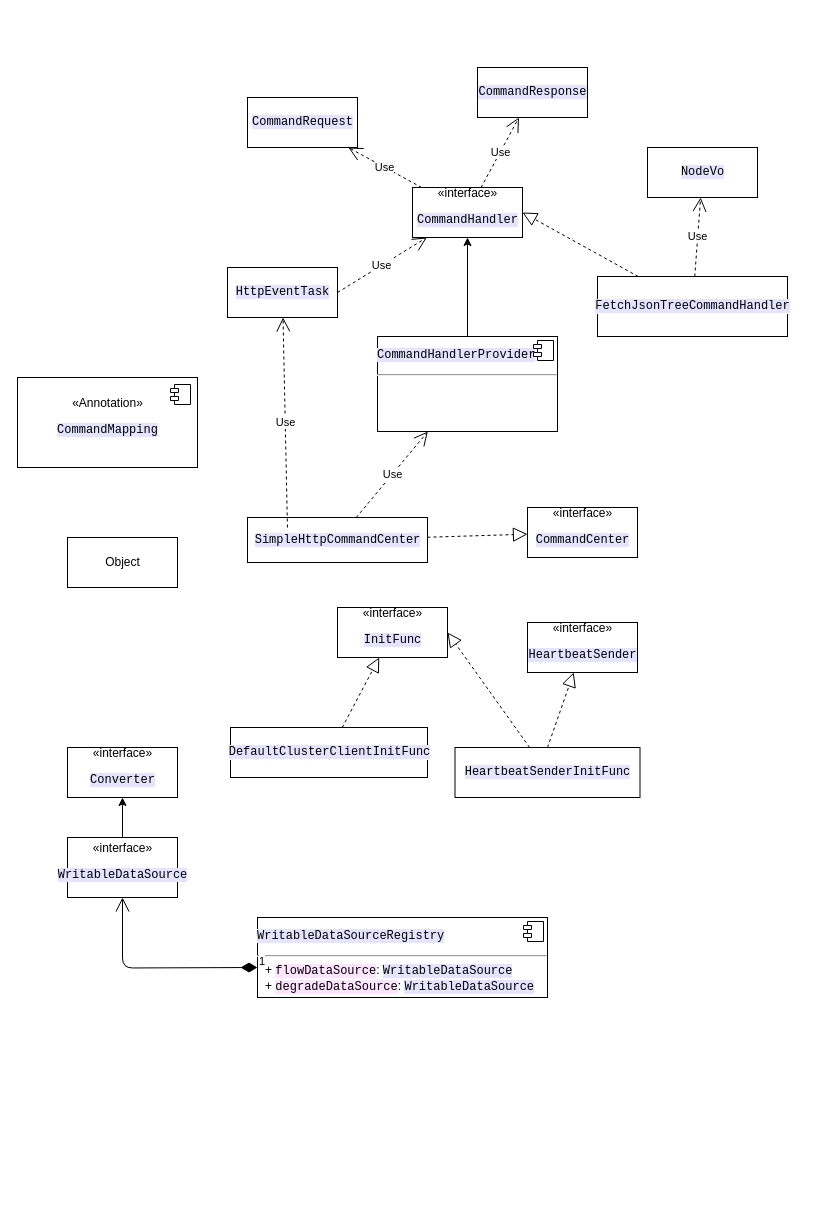
Earlier version of the draw.io diagram sentinel-transport.drawio (hellojd2018/ms_document). Source tidied: cells renumbered, new cells numbered last; positions are measured from the earlier drawing's top-left corner, leaving out a move shared by most shapes. Both pictures are drawn from the tidied source at 100%, with x=0, y=0 at pixel (17, 67).
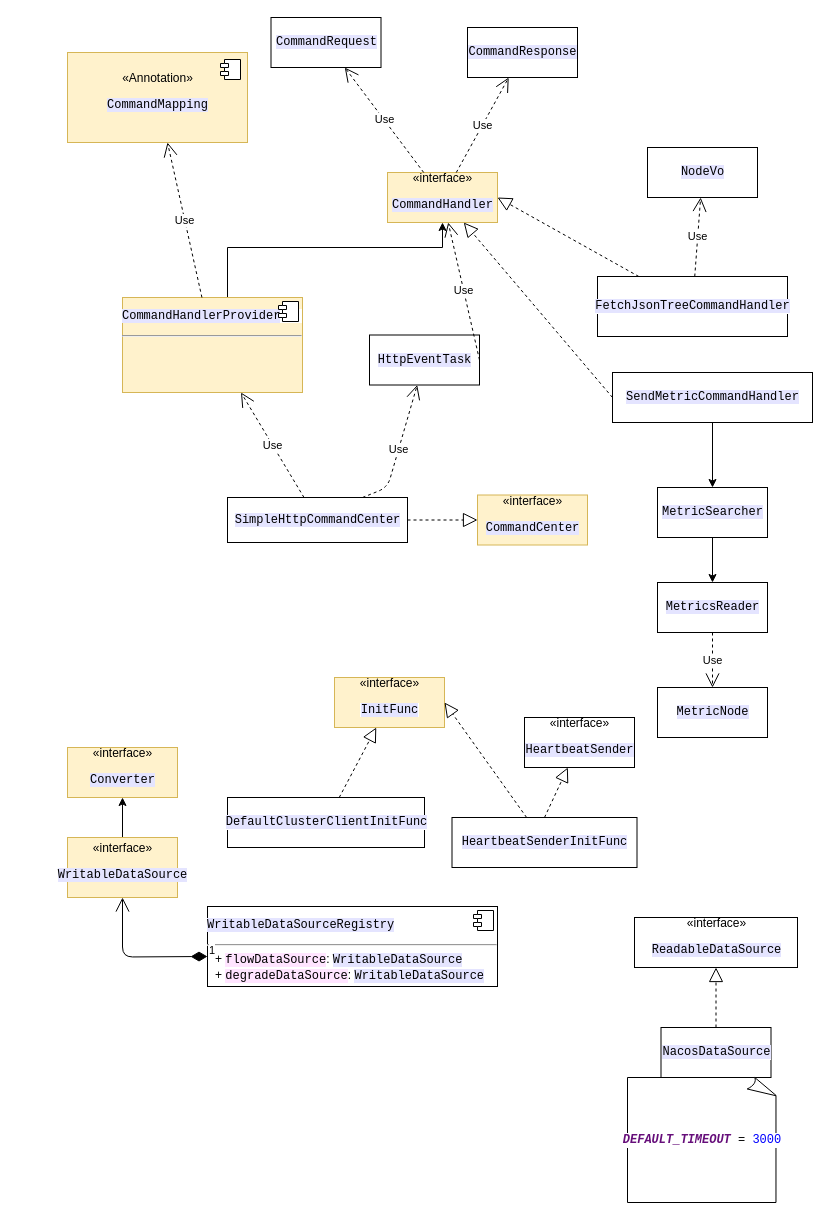
Above is the later version.

Change to the diagram source:
```diff
@@
     <mxCell id="2" value="&lt;pre style=&quot;background-color: rgb(255 , 255 , 255) ; font-family: &amp;#34;consolas&amp;#34; ; font-size: 9pt&quot;&gt;&lt;span style=&quot;background-color: #e4e4ff&quot;&gt;CommandRequest&lt;/span&gt;&lt;/pre&gt;" style="html=1;" parent="1" vertex="1">
-      <mxGeometry x="230" y="30" width="110" height="50" as="geometry" />
+      <mxGeometry x="253.5" y="-50" width="110" height="50" as="geometry" />
     </mxCell>
-    <mxCell id="3" value="«interface»&lt;br&gt;&lt;pre style=&quot;background-color: rgb(255 , 255 , 255) ; font-family: &amp;#34;consolas&amp;#34; ; font-size: 9pt&quot;&gt;&lt;span style=&quot;background-color: #e4e4ff&quot;&gt;CommandHandler&lt;/span&gt;&lt;/pre&gt;" style="html=1;" parent="1" vertex="1">
-      <mxGeometry x="395" y="120" width="110" height="50" as="geometry" />
+    <mxCell id="3" value="«interface»&lt;br&gt;&lt;pre style=&quot;background-color: rgb(255 , 255 , 255) ; font-family: &amp;#34;consolas&amp;#34; ; font-size: 9pt&quot;&gt;&lt;span style=&quot;background-color: #e4e4ff&quot;&gt;CommandHandler&lt;/span&gt;&lt;/pre&gt;" style="html=1;fillColor=#fff2cc;strokeColor=#d6b656;" parent="1" vertex="1">
+      <mxGeometry x="370" y="105" width="110" height="50" as="geometry" />
     </mxCell>
     <mxCell id="4" value="&lt;pre style=&quot;background-color: rgb(255 , 255 , 255) ; font-family: &amp;#34;consolas&amp;#34; ; font-size: 9pt&quot;&gt;&lt;span style=&quot;background-color: #e4e4ff&quot;&gt;CommandResponse&lt;/span&gt;&lt;/pre&gt;" style="html=1;" parent="1" vertex="1">
-      <mxGeometry x="460" width="110" height="50" as="geometry" />
+      <mxGeometry x="450" y="-40" width="110" height="50" as="geometry" />
     </mxCell>
     <mxCell id="5" style="edgeStyle=orthogonalEdgeStyle;rounded=0;jettySize=auto;html=1;exitX=0.5;exitY=0;exitDx=0;exitDy=0;entryX=0.5;entryY=1;entryDx=0;entryDy=0;" parent="1" edge="1" source="6" target="3">
-      <mxGeometry relative="1" as="geometry" />
+      <mxGeometry relative="1" as="geometry">
+        <Array as="points">
+          <mxPoint x="210" y="230" />
+          <mxPoint x="210" y="180" />
+          <mxPoint x="425" y="180" />
+        </Array>
+      </mxGeometry>
     </mxCell>
-    <mxCell id="6" value="&lt;pre style=&quot;background-color: rgb(255 , 255 , 255) ; font-family: &amp;#34;consolas&amp;#34; ; font-size: 9pt&quot;&gt;&lt;span style=&quot;background-color: #e4e4ff&quot;&gt;CommandHandlerProvider&lt;/span&gt;&lt;/pre&gt;&lt;hr&gt;&lt;p style=&quot;margin: 0px ; margin-left: 8px&quot;&gt;&lt;br&gt;&lt;/p&gt;" style="align=left;overflow=fill;html=1;" parent="1" vertex="1">
-      <mxGeometry x="360" y="269" width="180" height="95" as="geometry" />
+    <mxCell id="6" value="&lt;pre style=&quot;background-color: rgb(255 , 255 , 255) ; font-family: &amp;#34;consolas&amp;#34; ; font-size: 9pt&quot;&gt;&lt;span style=&quot;background-color: #e4e4ff&quot;&gt;CommandHandlerProvider&lt;/span&gt;&lt;/pre&gt;&lt;hr&gt;&lt;p style=&quot;margin: 0px ; margin-left: 8px&quot;&gt;&lt;br&gt;&lt;/p&gt;" style="align=left;overflow=fill;html=1;fillColor=#fff2cc;strokeColor=#d6b656;" parent="1" vertex="1">
+      <mxGeometry x="105" y="230" width="180" height="95" as="geometry" />
     </mxCell>
@@
-    <mxCell id="8" value="«Annotation»&lt;br&gt;&lt;pre style=&quot;background-color: rgb(255 , 255 , 255) ; font-family: &amp;#34;consolas&amp;#34; ; font-size: 9pt&quot;&gt;&lt;span style=&quot;background-color: #e4e4ff&quot;&gt;CommandMapping&lt;/span&gt;&lt;/pre&gt;" style="html=1;" parent="1" vertex="1">
-      <mxGeometry y="310" width="180" height="90" as="geometry" />
+    <mxCell id="8" value="«Annotation»&lt;br&gt;&lt;pre style=&quot;background-color: rgb(255 , 255 , 255) ; font-family: &amp;#34;consolas&amp;#34; ; font-size: 9pt&quot;&gt;&lt;span style=&quot;background-color: #e4e4ff&quot;&gt;CommandMapping&lt;/span&gt;&lt;/pre&gt;" style="html=1;fillColor=#fff2cc;strokeColor=#d6b656;" parent="1" vertex="1">
+      <mxGeometry x="50" y="-15" width="180" height="90" as="geometry" />
     </mxCell>
@@
-    <mxCell id="10" value="Object" style="html=1;" parent="1" vertex="1">
-      <mxGeometry x="50" y="470" width="110" height="50" as="geometry" />
-    </mxCell>
     <mxCell id="11" value="«interface»&lt;br&gt;&lt;pre style=&quot;background-color: rgb(255 , 255 , 255) ; font-family: &amp;#34;consolas&amp;#34; ; font-size: 9pt&quot;&gt;&lt;span style=&quot;background-color: #e4e4ff&quot;&gt;HeartbeatSender&lt;/span&gt;&lt;/pre&gt;" style="html=1;" parent="1" vertex="1">
-      <mxGeometry x="510" y="555" width="110" height="50" as="geometry" />
+      <mxGeometry x="507" y="650" width="110" height="50" as="geometry" />
     </mxCell>
-    <mxCell id="12" value="«interface»&lt;br&gt;&lt;pre style=&quot;background-color: rgb(255 , 255 , 255) ; font-family: &amp;#34;consolas&amp;#34; ; font-size: 9pt&quot;&gt;&lt;span style=&quot;background-color: #e4e4ff&quot;&gt;CommandCenter&lt;/span&gt;&lt;/pre&gt;" style="html=1;" parent="1" vertex="1">
-      <mxGeometry x="510" y="440" width="110" height="50" as="geometry" />
+    <mxCell id="12" value="«interface»&lt;br&gt;&lt;pre style=&quot;background-color: rgb(255 , 255 , 255) ; font-family: &amp;#34;consolas&amp;#34; ; font-size: 9pt&quot;&gt;&lt;span style=&quot;background-color: #e4e4ff&quot;&gt;CommandCenter&lt;/span&gt;&lt;/pre&gt;" style="html=1;fillColor=#fff2cc;strokeColor=#d6b656;" parent="1" vertex="1">
+      <mxGeometry x="460" y="427.5" width="110" height="50" as="geometry" />
     </mxCell>
-    <mxCell id="13" value="«interface»&lt;br&gt;&lt;pre style=&quot;background-color: rgb(255 , 255 , 255) ; font-family: &amp;#34;consolas&amp;#34; ; font-size: 9pt&quot;&gt;&lt;span style=&quot;background-color: #e4e4ff&quot;&gt;Converter&lt;/span&gt;&lt;/pre&gt;" style="html=1;" parent="1" vertex="1">
+    <mxCell id="13" value="«interface»&lt;br&gt;&lt;pre style=&quot;background-color: rgb(255 , 255 , 255) ; font-family: &amp;#34;consolas&amp;#34; ; font-size: 9pt&quot;&gt;&lt;span style=&quot;background-color: #e4e4ff&quot;&gt;Converter&lt;/span&gt;&lt;/pre&gt;" style="html=1;fillColor=#fff2cc;strokeColor=#d6b656;" parent="1" vertex="1">
       <mxGeometry x="50" y="680" width="110" height="50" as="geometry" />
     </mxCell>
@@
-    <mxCell id="15" value="«interface»&lt;br&gt;&lt;pre style=&quot;background-color: rgb(255 , 255 , 255) ; font-family: &amp;#34;consolas&amp;#34; ; font-size: 9pt&quot;&gt;&lt;span style=&quot;background-color: #e4e4ff&quot;&gt;WritableDataSource&lt;/span&gt;&lt;/pre&gt;" style="html=1;" parent="1" vertex="1">
+    <mxCell id="15" value="«interface»&lt;br&gt;&lt;pre style=&quot;background-color: rgb(255 , 255 , 255) ; font-family: &amp;#34;consolas&amp;#34; ; font-size: 9pt&quot;&gt;&lt;span style=&quot;background-color: #e4e4ff&quot;&gt;WritableDataSource&lt;/span&gt;&lt;/pre&gt;" style="html=1;fillColor=#fff2cc;strokeColor=#d6b656;" parent="1" vertex="1">
       <mxGeometry x="50" y="770" width="110" height="60" as="geometry" />
     </mxCell>
     <mxCell id="16" value="&lt;pre style=&quot;background-color: rgb(255 , 255 , 255) ; font-family: &amp;#34;consolas&amp;#34; ; font-size: 9pt&quot;&gt;&lt;span style=&quot;background-color: #e4e4ff&quot;&gt;WritableDataSourceRegistry&lt;/span&gt;&lt;/pre&gt;&lt;hr&gt;&lt;p style=&quot;margin: 0px ; margin-left: 8px&quot;&gt;+&amp;nbsp;&lt;span style=&quot;background-color: rgb(255 , 228 , 255) ; font-family: &amp;#34;consolas&amp;#34; ; font-size: 9pt&quot;&gt;flowDataSource&lt;/span&gt;&lt;span&gt;:&amp;nbsp;&lt;/span&gt;&lt;span style=&quot;font-size: 9pt ; background-color: rgb(228 , 228 , 255) ; font-family: &amp;#34;consolas&amp;#34;&quot;&gt;WritableDataSource&lt;/span&gt;&lt;/p&gt;&lt;p style=&quot;margin: 0px ; margin-left: 8px&quot;&gt;+&amp;nbsp;&lt;span style=&quot;background-color: rgb(255 , 228 , 255) ; font-family: &amp;#34;consolas&amp;#34; ; font-size: 9pt&quot;&gt;degradeDataSource&lt;/span&gt;&lt;span&gt;:&amp;nbsp;&lt;/span&gt;&lt;span style=&quot;background-color: rgb(228 , 228 , 255) ; font-family: &amp;#34;consolas&amp;#34; ; font-size: 9pt&quot;&gt;WritableDataSource&lt;/span&gt;&lt;/p&gt;" style="align=left;overflow=fill;html=1;" parent="1" vertex="1">
-      <mxGeometry x="240" y="850" width="290" height="80" as="geometry" />
+      <mxGeometry x="190" y="839" width="290" height="80" as="geometry" />
     </mxCell>
@@
     <mxCell id="21" value="&lt;pre style=&quot;background-color: rgb(255 , 255 , 255) ; font-family: &amp;#34;consolas&amp;#34; ; font-size: 9pt&quot;&gt;&lt;span style=&quot;background-color: #e4e4ff&quot;&gt;SimpleHttpCommandCenter&lt;/span&gt;&lt;/pre&gt;" style="html=1;" parent="1" vertex="1">
-      <mxGeometry x="230" y="450" width="180" height="45" as="geometry" />
+      <mxGeometry x="210" y="430" width="180" height="45" as="geometry" />
     </mxCell>
@@
     <mxCell id="24" value="&lt;pre style=&quot;background-color: rgb(255 , 255 , 255) ; font-family: &amp;#34;consolas&amp;#34; ; font-size: 9pt&quot;&gt;&lt;span style=&quot;background-color: #e4e4ff&quot;&gt;HttpEventTask&lt;/span&gt;&lt;/pre&gt;" style="html=1;" parent="1" vertex="1">
-      <mxGeometry x="210" y="200" width="110" height="50" as="geometry" />
+      <mxGeometry x="352" y="267.5" width="110" height="50" as="geometry" />
     </mxCell>
-    <mxCell id="25" value="Use" style="endArrow=open;endSize=12;dashed=1;html=1;exitX=0.222;exitY=0.222;exitDx=0;exitDy=0;exitPerimeter=0;" parent="1" edge="1" source="21" target="24">
-      <mxGeometry relative="1" as="geometry" />
+    <mxCell id="25" value="Use" style="endArrow=open;endSize=12;dashed=1;html=1;exitX=0.75;exitY=0;exitDx=0;exitDy=0;" parent="1" edge="1" source="21" target="24">
+      <mxGeometry relative="1" as="geometry">
+        <Array as="points">
+          <mxPoint x="370" y="420" />
+        </Array>
+      </mxGeometry>
     </mxCell>
@@
-    <mxCell id="27" value="«interface»&lt;br&gt;&lt;pre style=&quot;background-color: rgb(255 , 255 , 255) ; font-family: &amp;#34;consolas&amp;#34; ; font-size: 9pt&quot;&gt;&lt;span style=&quot;background-color: #e4e4ff&quot;&gt;InitFunc&lt;/span&gt;&lt;/pre&gt;" style="html=1;" parent="1" vertex="1">
-      <mxGeometry x="320" y="540" width="110" height="50" as="geometry" />
+    <mxCell id="27" value="«interface»&lt;br&gt;&lt;pre style=&quot;background-color: rgb(255 , 255 , 255) ; font-family: &amp;#34;consolas&amp;#34; ; font-size: 9pt&quot;&gt;&lt;span style=&quot;background-color: #e4e4ff&quot;&gt;InitFunc&lt;/span&gt;&lt;/pre&gt;" style="html=1;fillColor=#fff2cc;strokeColor=#d6b656;" parent="1" vertex="1">
+      <mxGeometry x="317" y="610" width="110" height="50" as="geometry" />
     </mxCell>
     <mxCell id="28" value="&lt;pre style=&quot;background-color: rgb(255 , 255 , 255) ; font-family: &amp;#34;consolas&amp;#34; ; font-size: 9pt&quot;&gt;&lt;span style=&quot;background-color: #e4e4ff&quot;&gt;HeartbeatSenderInitFunc&lt;/span&gt;&lt;/pre&gt;" style="html=1;" parent="1" vertex="1">
-      <mxGeometry x="437.5" y="680" width="185" height="50" as="geometry" />
+      <mxGeometry x="434.5" y="750" width="185" height="50" as="geometry" />
     </mxCell>
     <mxCell id="29" value="&lt;pre style=&quot;background-color: rgb(255 , 255 , 255) ; font-family: &amp;#34;consolas&amp;#34; ; font-size: 9pt&quot;&gt;&lt;span style=&quot;background-color: #e4e4ff&quot;&gt;DefaultClusterClientInitFunc&lt;/span&gt;&lt;/pre&gt;" style="html=1;" parent="1" vertex="1">
-      <mxGeometry x="213" y="660" width="197" height="50" as="geometry" />
+      <mxGeometry x="210" y="730" width="197" height="50" as="geometry" />
     </mxCell>
@@
+    <mxCell id="37" style="edgeStyle=orthogonalEdgeStyle;rounded=0;jettySize=auto;html=1;exitX=0.5;exitY=1;exitDx=0;exitDy=0;" parent="1" edge="1" source="38" target="41">
+      <mxGeometry relative="1" as="geometry" />
+    </mxCell>
+    <mxCell id="38" value="&lt;pre style=&quot;background-color: rgb(255 , 255 , 255) ; font-family: &amp;#34;consolas&amp;#34; ; font-size: 9pt&quot;&gt;&lt;span style=&quot;background-color: #e4e4ff&quot;&gt;SendMetricCommandHandler&lt;/span&gt;&lt;/pre&gt;" style="html=1;" parent="1" vertex="1">
+      <mxGeometry x="595" y="305" width="200" height="50" as="geometry" />
+    </mxCell>
+    <mxCell id="39" style="endArrow=block;dashed=1;endFill=0;endSize=12;html=1;exitX=0;exitY=0.5;exitDx=0;exitDy=0;" parent="1" edge="1" source="38" target="3">
+      <mxGeometry relative="1" as="geometry" />
+    </mxCell>
+    <mxCell id="40" style="edgeStyle=orthogonalEdgeStyle;rounded=0;jettySize=auto;html=1;" parent="1" edge="1" source="41" target="42">
+      <mxGeometry relative="1" as="geometry" />
+    </mxCell>
+    <mxCell id="41" value="&lt;pre style=&quot;background-color: rgb(255 , 255 , 255) ; font-family: &amp;#34;consolas&amp;#34; ; font-size: 9pt&quot;&gt;&lt;span style=&quot;background-color: #e4e4ff&quot;&gt;MetricSearcher&lt;/span&gt;&lt;/pre&gt;" style="html=1;" parent="1" vertex="1">
+      <mxGeometry x="640" y="420" width="110" height="50" as="geometry" />
+    </mxCell>
+    <mxCell id="42" value="&lt;pre style=&quot;background-color: rgb(255 , 255 , 255) ; font-family: &amp;#34;consolas&amp;#34; ; font-size: 9pt&quot;&gt;&lt;span style=&quot;background-color: #e4e4ff&quot;&gt;MetricsReader&lt;/span&gt;&lt;/pre&gt;" style="html=1;" parent="1" vertex="1">
+      <mxGeometry x="640" y="515" width="110" height="50" as="geometry" />
+    </mxCell>
+    <mxCell id="43" value="&lt;pre style=&quot;background-color: rgb(255 , 255 , 255) ; font-family: &amp;#34;consolas&amp;#34; ; font-size: 9pt&quot;&gt;&lt;span style=&quot;background-color: #e4e4ff&quot;&gt;MetricNode&lt;/span&gt;&lt;/pre&gt;" style="html=1;" parent="1" vertex="1">
+      <mxGeometry x="640" y="620" width="110" height="50" as="geometry" />
+    </mxCell>
+    <mxCell id="44" value="Use" style="endArrow=open;endSize=12;dashed=1;html=1;exitX=0.5;exitY=1;exitDx=0;exitDy=0;" parent="1" edge="1" source="42" target="43">
+      <mxGeometry relative="1" as="geometry" />
+    </mxCell>
+    <mxCell id="45" value="Use" style="endArrow=open;endSize=12;dashed=1;html=1;" parent="1" edge="1" source="6" target="8">
+      <mxGeometry relative="1" as="geometry" />
+    </mxCell>
+    <mxCell id="46" value="«interface»&lt;br&gt;&lt;pre style=&quot;background-color: rgb(255 , 255 , 255) ; font-family: &amp;#34;consolas&amp;#34; ; font-size: 9pt&quot;&gt;&lt;span style=&quot;background-color: #e4e4ff&quot;&gt;ReadableDataSource&lt;/span&gt;&lt;/pre&gt;" style="html=1;" parent="1" vertex="1">
+      <mxGeometry x="617" y="850" width="163" height="50" as="geometry" />
+    </mxCell>
+    <mxCell id="47" value="&lt;pre style=&quot;background-color: rgb(255 , 255 , 255) ; font-family: &amp;#34;consolas&amp;#34; ; font-size: 9pt&quot;&gt;&lt;span style=&quot;background-color: #e4e4ff&quot;&gt;NacosDataSource&lt;/span&gt;&lt;/pre&gt;" style="html=1;" parent="1" vertex="1">
+      <mxGeometry x="643.5" y="960" width="110" height="50" as="geometry" />
+    </mxCell>
+    <mxCell id="48" style="endArrow=block;dashed=1;endFill=0;endSize=12;html=1;exitX=0.5;exitY=0;exitDx=0;exitDy=0;" parent="1" edge="1" source="47" target="46">
+      <mxGeometry relative="1" as="geometry" />
+    </mxCell>
+    <mxCell id="49" value="&lt;pre style=&quot;background-color: rgb(255 , 255 , 255) ; font-family: &amp;#34;consolas&amp;#34; ; font-size: 9pt&quot;&gt;&lt;span style=&quot;color: #660e7a ; font-weight: bold ; font-style: italic&quot;&gt;DEFAULT_TIMEOUT &lt;/span&gt;= &lt;span style=&quot;color: #0000ff&quot;&gt;3000&lt;/span&gt;&lt;/pre&gt;" style="whiteSpace=wrap;html=1;shape=mxgraph.basic.document;" parent="1" vertex="1">
+      <mxGeometry x="610" y="1010" width="150" height="125" as="geometry" />
+    </mxCell>
```
